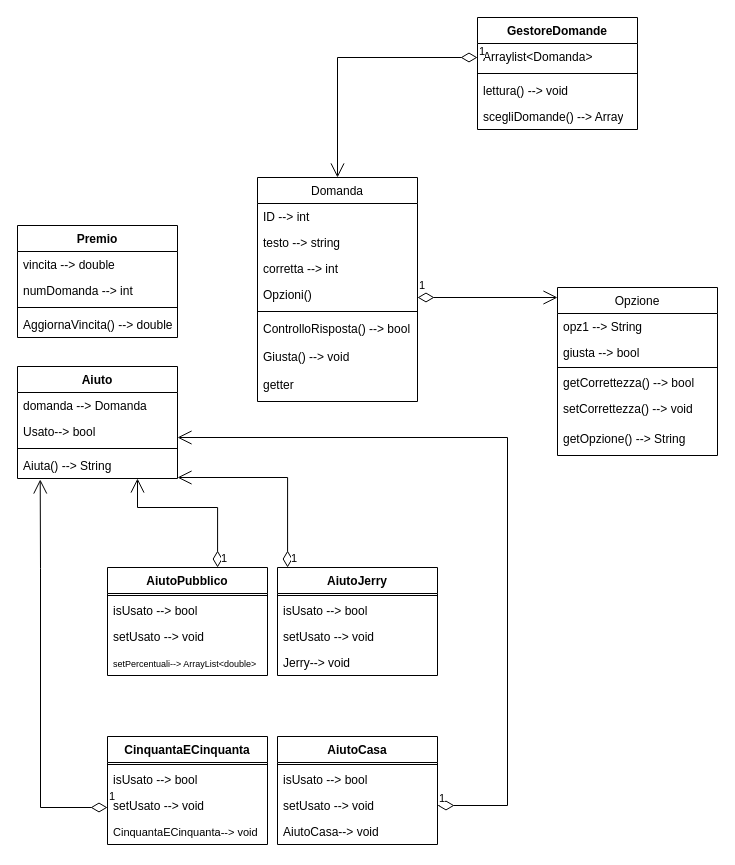
Above: Diagramma delle classi.drawio in FilloCaprari/Progetto-Info (draw.io), before the change. Source tidied: cells renumbered, new cells numbered last; positions are measured from the earlier drawing's top-left corner, leaving out a move shared by most shapes. Both pictures are drawn from the tidied source at 100%, with x=0, y=0 at pixel (17, 17).
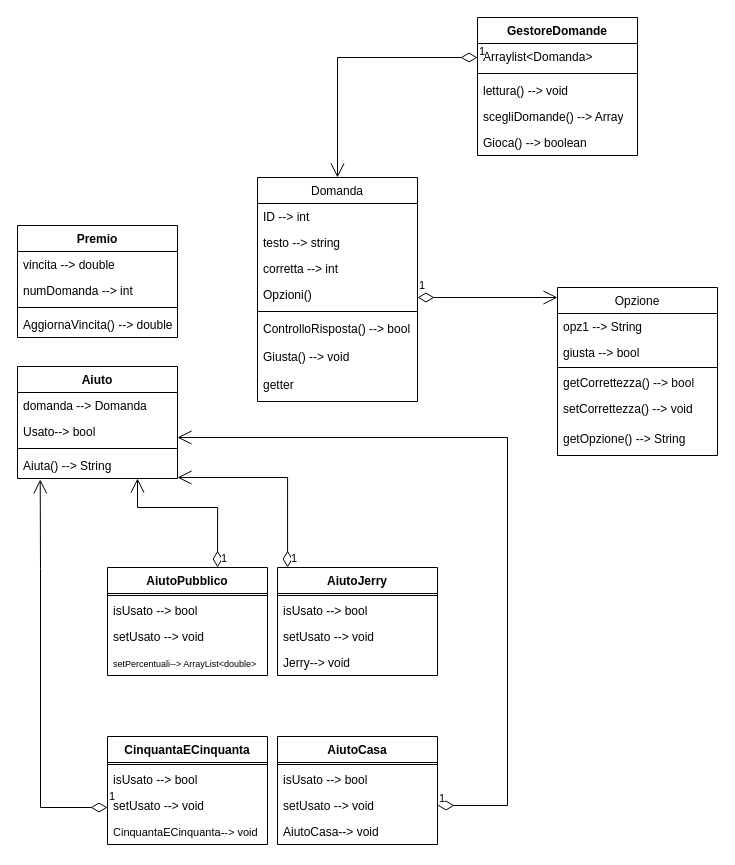
Above is the later version.

Commit message:
UPD Diagramma classi

Change to the diagram source:
```diff
@@
     <mxCell id="29" value="GestoreDomande" style="swimlane;fontStyle=1;align=center;verticalAlign=top;horizontal=1;startSize=26;whiteSpace=wrap;html=1;" parent="1" vertex="1">
-      <mxGeometry x="460" width="160" height="112" as="geometry" />
+      <mxGeometry x="460" width="160" height="138" as="geometry" />
     </mxCell>
@@
+    <mxCell id="59" value="Gioca() --&amp;gt; boolean" style="text;strokeColor=none;fillColor=none;align=left;verticalAlign=top;spacingLeft=4;spacingRight=4;overflow=hidden;whiteSpace=wrap;html=1;" parent="29" vertex="1">
+      <mxGeometry y="112" width="160" height="26" as="geometry" />
+    </mxCell>
```
